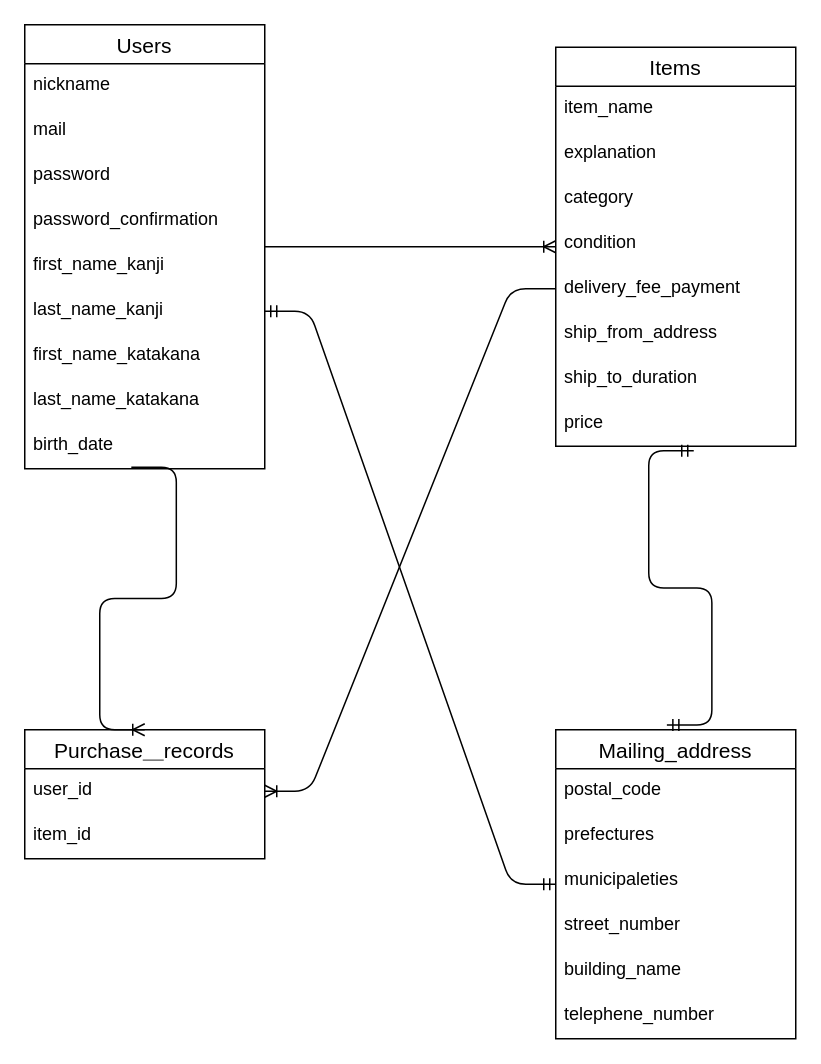
Before: er_illustration.dio in Lubellum/furima-36670, a draw.io diagram. Source tidied: cells renumbered, new cells numbered last; positions are measured from the earlier drawing's top-left corner, leaving out a move shared by most shapes. Both pictures are drawn from the tidied source at 150%, with x=0, y=0 at pixel (24, 24).
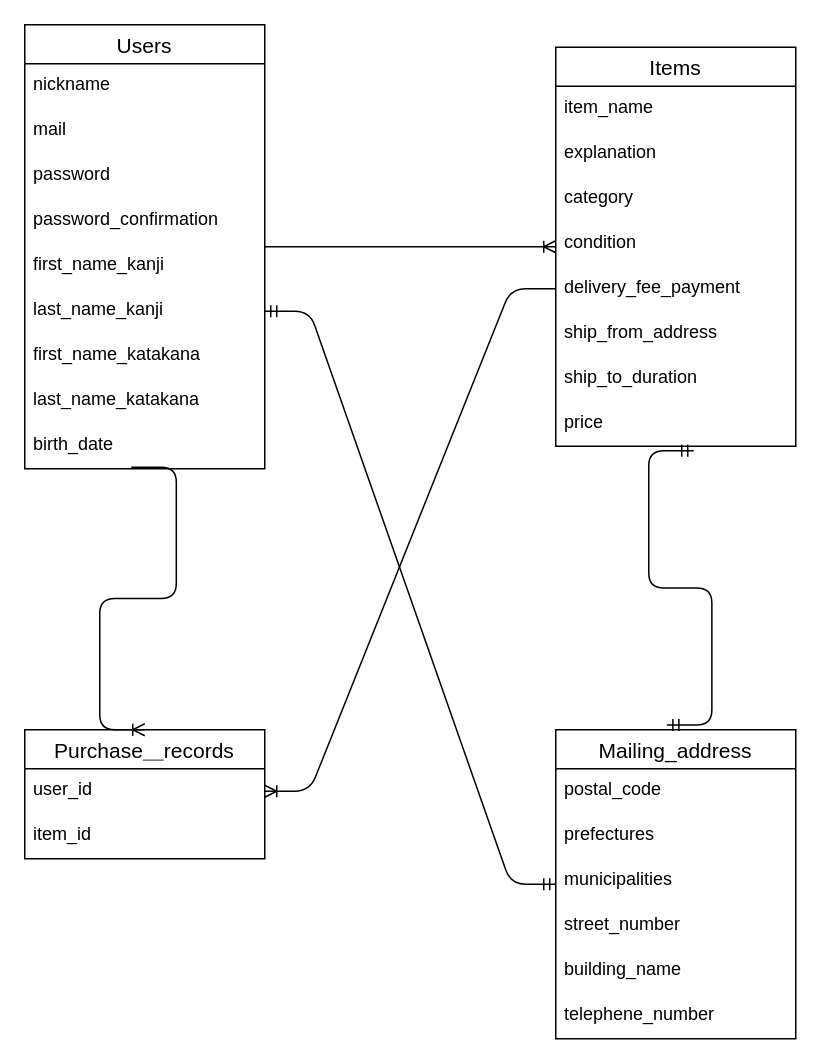
Above is the later version.

Commit message (it also covers changes not shown here):
mailing_addressテーブル作成及びカラム名の修正

The change refers to these unchanged cells:
```xml
<mxCell id="22" value="Mailing_address" style="swimlane;fontStyle=0;horizontal=1;startSize=26;align=center;fontSize=14;" parent="1" vertex="1">
  <mxGeometry x="354" y="470" width="160" height="206" as="geometry" />
</mxCell>
```

Diff of the diagram source:
```diff
@@
-    <mxCell id="25" value="municipaleties" style="text;strokeColor=none;fillColor=none;spacingLeft=4;spacingRight=4;overflow=hidden;fontSize=12;" parent="22" vertex="1">
+    <mxCell id="25" value="municipalities" style="text;strokeColor=none;fillColor=none;spacingLeft=4;spacingRight=4;overflow=hidden;fontSize=12;" parent="22" vertex="1">
       <mxGeometry y="86" width="160" height="30" as="geometry" />
     </mxCell>
```
